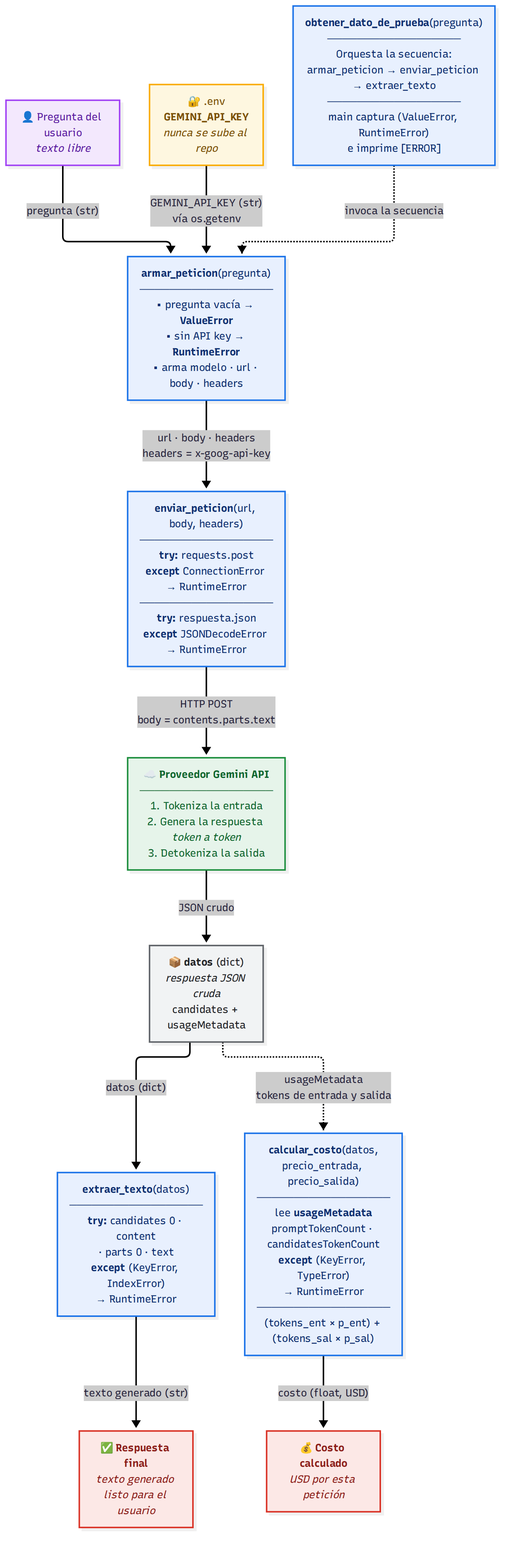
Above: docs/tarea_modulo1_bloque8/diagrama_arquitectura.png in kiltro-dev/template-python (Mermaid), before the change. Its source is kept beside it as docs/tarea_modulo1_bloque8/diagrama_arquitectura.mmd. The source it was exported from:
```mermaid
flowchart TD
    USUARIO["👤 Pregunta del usuario<br/><i>texto libre</i>"]
    ENV["🔐 .env<br/><b>GEMINI_API_KEY</b><br/><i>nunca se sube al repo</i>"]

    ARMAR["<b>armar_peticion</b>(pregunta)<br/>──────────────────<br/>• pregunta vacía → <b>ValueError</b><br/>• sin API key → <b>RuntimeError</b><br/>• arma modelo · url · body · headers"]

    ENVIAR["<b>enviar_peticion</b>(url, body, headers)<br/>──────────────────<br/><b>try:</b> requests.post<br/><b>except</b> ConnectionError → RuntimeError<br/>──────────────────<br/><b>try:</b> respuesta.json<br/><b>except</b> JSONDecodeError → RuntimeError"]

    PROVEEDOR["☁️ <b>Proveedor Gemini API</b><br/>──────────────────<br/>1. Tokeniza la entrada<br/>2. Genera la respuesta <i>token a token</i><br/>3. Detokeniza la salida"]

    DATOS["📦 <b>datos</b> (dict)<br/><i>respuesta JSON cruda</i><br/>candidates + usageMetadata"]

    EXTRAER["<b>extraer_texto</b>(datos)<br/>──────────────────<br/><b>try:</b> candidates 0 · content<br/>· parts 0 · text<br/><b>except</b> (KeyError, IndexError)<br/>→ RuntimeError"]

    CALCULAR["<b>calcular_costo</b>(datos,<br/>precio_entrada, precio_salida)<br/>──────────────────<br/>lee <b>usageMetadata</b><br/>promptTokenCount · candidatesTokenCount<br/><b>except</b> (KeyError, TypeError)<br/>→ RuntimeError<br/>──────────────────<br/>(tokens_ent × p_ent) + (tokens_sal × p_sal)"]

    RESPUESTA["✅ <b>Respuesta final</b><br/><i>texto generado listo para el usuario</i>"]
    COSTO["💰 <b>Costo calculado</b><br/><i>USD por esta petición</i>"]

    USUARIO -->|"pregunta (str)"| ARMAR
    ENV -->|"GEMINI_API_KEY (str)<br/>vía os.getenv"| ARMAR
    ARMAR -->|"url · body · headers<br/>headers = x-goog-api-key"| ENVIAR
    ENVIAR -->|"HTTP POST<br/>body = contents.parts.text"| PROVEEDOR
    PROVEEDOR -->|"JSON crudo"| DATOS
    DATOS -->|"datos (dict)"| EXTRAER
    EXTRAER -->|"texto generado (str)"| RESPUESTA
    DATOS -.->|"usageMetadata<br/>tokens de entrada y salida"| CALCULAR
    CALCULAR -->|"costo (float, USD)"| COSTO

    ORQUESTAR["<b>obtener_dato_de_prueba</b>(pregunta)<br/>──────────────────<br/>Orquesta la secuencia:<br/>armar_peticion → enviar_peticion → extraer_texto<br/>──────────────────<br/>main captura (ValueError, RuntimeError)<br/>e imprime [ERROR]"]
    ORQUESTAR -.->|"invoca la secuencia"| ARMAR

    classDef fn fill:#E8F0FE,stroke:#1A73E8,stroke-width:2px,color:#0B2E6F
    classDef env fill:#FEF7E0,stroke:#F9AB00,stroke-width:2px,color:#7A4F01
    classDef ext fill:#E6F4EA,stroke:#1E8E3E,stroke-width:2px,color:#0D652D
    classDef data fill:#F1F3F4,stroke:#5F6368,stroke-width:2px,color:#202124
    classDef out fill:#FCE8E6,stroke:#D93025,stroke-width:2px,color:#8C1D18
    classDef user fill:#F3E8FD,stroke:#A142F4,stroke-width:2px,color:#5B1BA1

    class ARMAR,ENVIAR,EXTRAER,CALCULAR,ORQUESTAR fn
    class ENV env
    class PROVEEDOR ext
    class DATOS data
    class RESPUESTA,COSTO out
    class USUARIO user
```
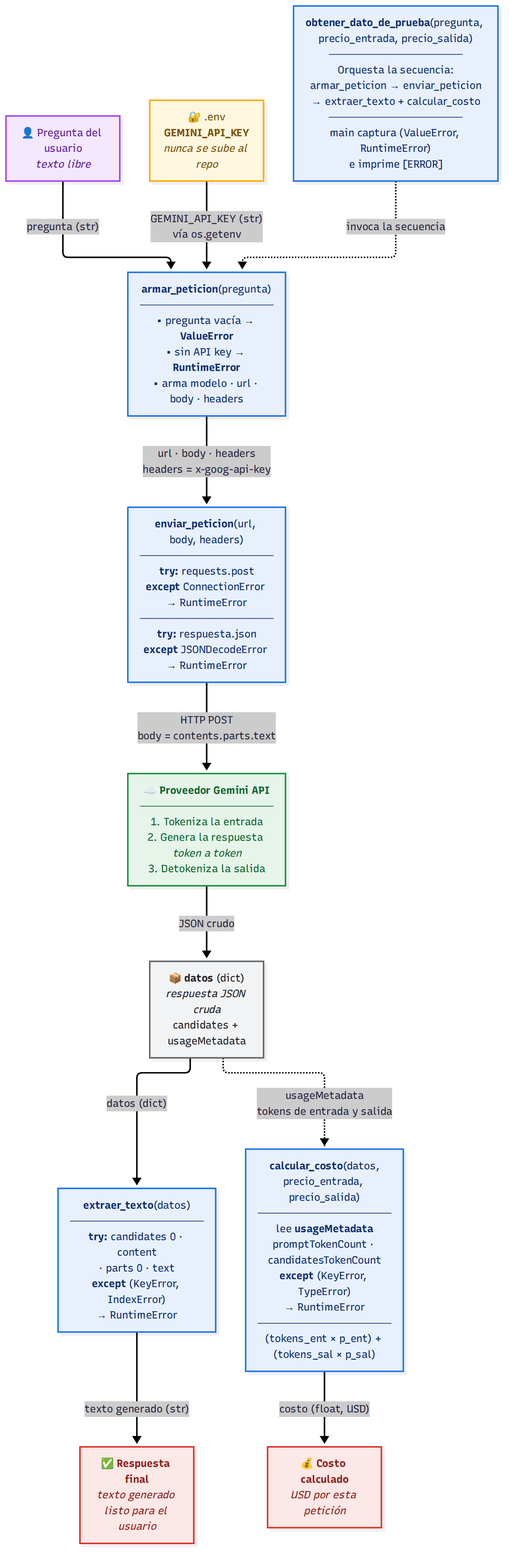
After the commit.

Commit message:
integra calcular_costo en el flujo completo de la miniaplicación

Diff of the diagram source:
```diff
@@ -27,7 +27,7 @@
     DATOS -.->|"usageMetadata<br/>tokens de entrada y salida"| CALCULAR
     CALCULAR -->|"costo (float, USD)"| COSTO
 
-    ORQUESTAR["<b>obtener_dato_de_prueba</b>(pregunta)<br/>──────────────────<br/>Orquesta la secuencia:<br/>armar_peticion → enviar_peticion → extraer_texto<br/>──────────────────<br/>main captura (ValueError, RuntimeError)<br/>e imprime [ERROR]"]
+    ORQUESTAR["<b>obtener_dato_de_prueba</b>(pregunta, precio_entrada, precio_salida)<br/>──────────────────<br/>Orquesta la secuencia:<br/>armar_peticion → enviar_peticion<br/>→ extraer_texto + calcular_costo<br/>──────────────────<br/>main captura (ValueError, RuntimeError)<br/>e imprime [ERROR]"]
     ORQUESTAR -.->|"invoca la secuencia"| ARMAR
 
     classDef fn fill:#E8F0FE,stroke:#1A73E8,stroke-width:2px,color:#0B2E6F
```
